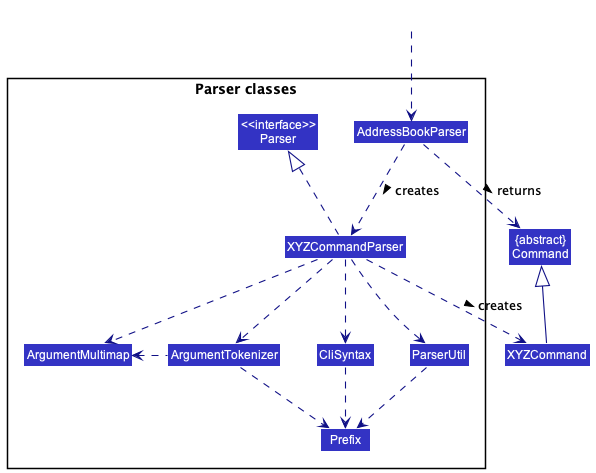
Above: docs/images/ParserClasses.png in nus-cs2103-AY2223S1/tp (PlantUML), before the change.
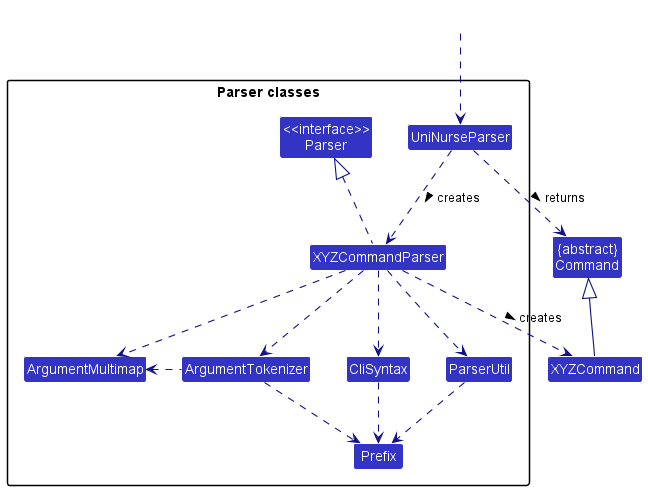
After the commit.

What changed in the source:
```diff
@@ -9,7 +9,7 @@
 
 package "Parser classes"{
 Class "<<interface>>\nParser" as Parser
-Class AddressBookParser
+Class UniNurseParser
 Class XYZCommandParser
 Class CliSyntax
 Class ParserUtil
@@ -19,12 +19,12 @@
 }
 
 Class HiddenOutside #FFFFFF
-HiddenOutside ..> AddressBookParser
+HiddenOutside ..> UniNurseParser
 
-AddressBookParser .down.> XYZCommandParser: creates >
+UniNurseParser .down.> XYZCommandParser: creates >
 
 XYZCommandParser ..> XYZCommand : creates >
-AddressBookParser ..> Command : returns >
+UniNurseParser ..> Command : returns >
 XYZCommandParser .up.|> Parser
 XYZCommandParser ..> ArgumentMultimap
 XYZCommandParser ..> ArgumentTokenizer
```
